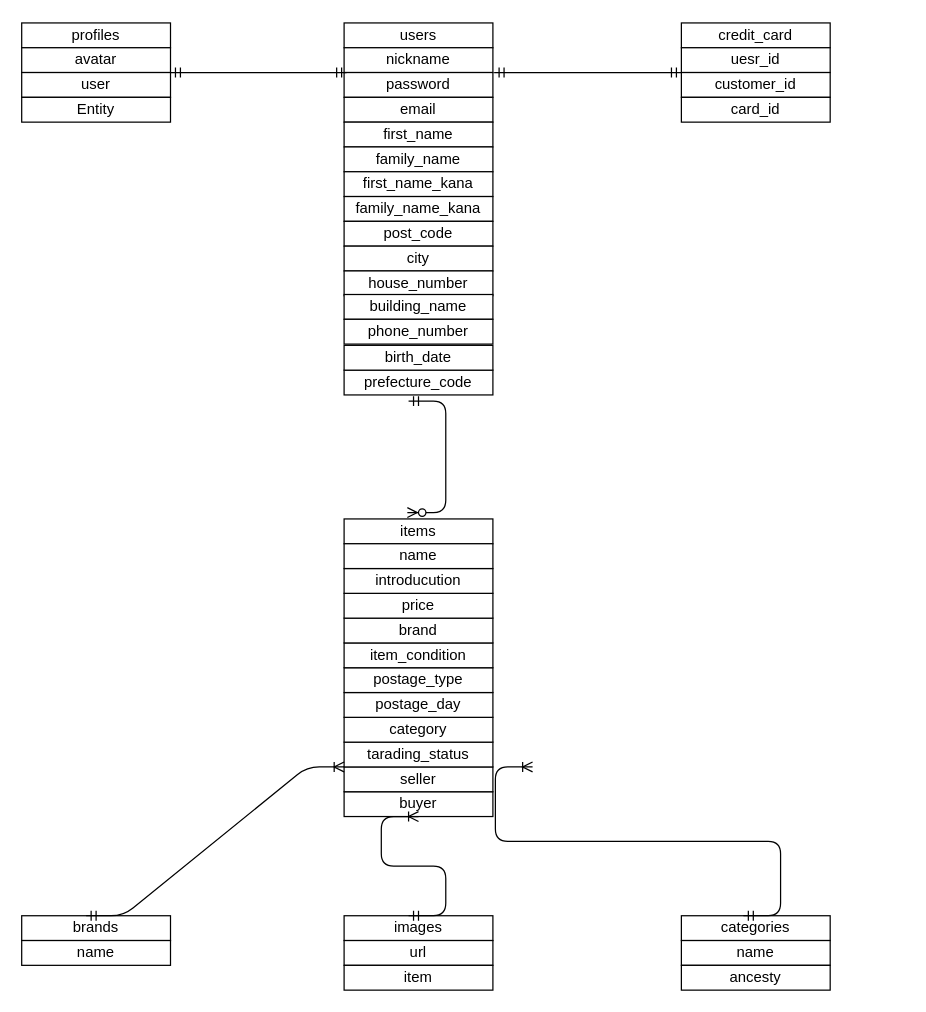
Above: er.dio in hlomochi1023/furima-36769 (draw.io), before the change. Source tidied: cells renumbered, new cells numbered last; positions are measured from the earlier drawing's top-left corner, leaving out a move shared by most shapes. Both pictures are drawn from the tidied source at 124%, with x=0, y=0 at pixel (21, 22).
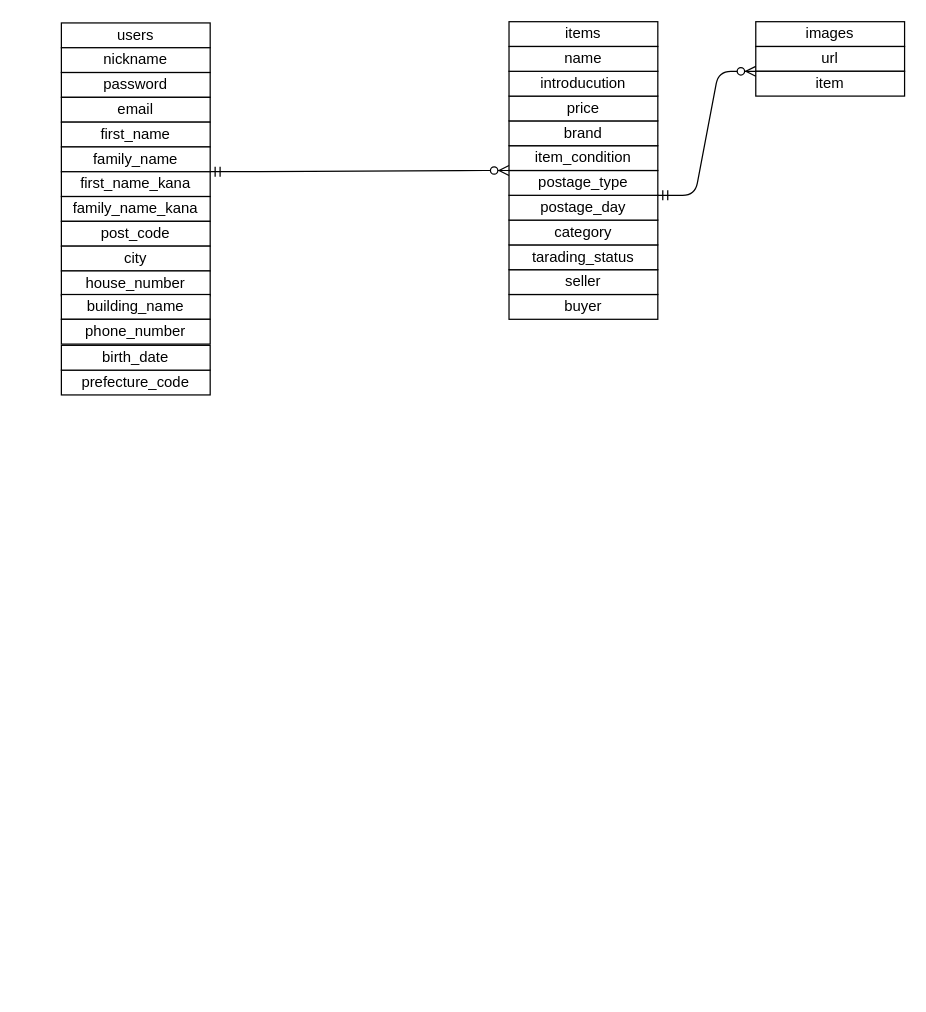
Above is the later version.

Change to the diagram source:
```diff
@@
-    <mxCell id="2" value="profiles" style="whiteSpace=wrap;html=1;align=center;" parent="1" vertex="1">
-      <mxGeometry width="120" height="20" as="geometry" />
-    </mxCell>
-    <mxCell id="3" style="edgeStyle=orthogonalEdgeStyle;rounded=0;orthogonalLoop=1;jettySize=auto;html=1;exitX=0.5;exitY=1;exitDx=0;exitDy=0;" parent="1" edge="1" source="2" target="2">
-      <mxGeometry relative="1" as="geometry" />
+    <mxCell id="3" style="edgeStyle=orthogonalEdgeStyle;rounded=0;orthogonalLoop=1;jettySize=auto;html=1;exitX=0.5;exitY=1;exitDx=0;exitDy=0;" parent="1" edge="1">
+      <mxGeometry relative="1" as="geometry">
+        <mxPoint x="60" y="20" as="sourcePoint" />
+        <mxPoint x="60" y="20" as="targetPoint" />
+      </mxGeometry>
     </mxCell>
-    <mxCell id="4" value="brands" style="whiteSpace=wrap;html=1;align=center;" parent="1" vertex="1">
-      <mxGeometry y="720" width="120" height="20" as="geometry" />
-    </mxCell>
-    <mxCell id="5" value="categories" style="whiteSpace=wrap;html=1;align=center;" parent="1" vertex="1">
-      <mxGeometry x="532" y="720" width="120" height="20" as="geometry" />
-    </mxCell>
     <mxCell id="6" value="items" style="whiteSpace=wrap;html=1;align=center;" parent="1" vertex="1">
-      <mxGeometry x="260" y="400" width="120" height="20" as="geometry" />
+      <mxGeometry x="393" y="-1" width="120" height="20" as="geometry" />
     </mxCell>
     <mxCell id="7" value="prefecture_code" style="whiteSpace=wrap;html=1;align=center;" parent="1" vertex="1">
-      <mxGeometry x="260" y="280" width="120" height="20" as="geometry" />
+      <mxGeometry x="32" y="280" width="120" height="20" as="geometry" />
     </mxCell>
-    <mxCell id="8" value="credit_card" style="whiteSpace=wrap;html=1;align=center;" parent="1" vertex="1">
-      <mxGeometry x="532" width="120" height="20" as="geometry" />
-    </mxCell>
     <mxCell id="9" value="users" style="whiteSpace=wrap;html=1;align=center;" parent="1" vertex="1">
-      <mxGeometry x="260" width="120" height="20" as="geometry" />
+      <mxGeometry x="32" width="120" height="20" as="geometry" />
     </mxCell>
     <mxCell id="10" value="nickname" style="whiteSpace=wrap;html=1;align=center;" parent="1" vertex="1">
-      <mxGeometry x="260" y="20" width="120" height="20" as="geometry" />
+      <mxGeometry x="32" y="20" width="120" height="20" as="geometry" />
     </mxCell>
     <mxCell id="11" value="password" style="whiteSpace=wrap;html=1;align=center;" parent="1" vertex="1">
-      <mxGeometry x="260" y="40" width="120" height="20" as="geometry" />
+      <mxGeometry x="32" y="40" width="120" height="20" as="geometry" />
     </mxCell>
     <mxCell id="12" value="email" style="whiteSpace=wrap;html=1;align=center;" parent="1" vertex="1">
-      <mxGeometry x="260" y="60" width="120" height="20" as="geometry" />
+      <mxGeometry x="32" y="60" width="120" height="20" as="geometry" />
     </mxCell>
     <mxCell id="13" value="first_name" style="whiteSpace=wrap;html=1;align=center;" parent="1" vertex="1">
-      <mxGeometry x="260" y="80" width="120" height="20" as="geometry" />
+      <mxGeometry x="32" y="80" width="120" height="20" as="geometry" />
     </mxCell>
     <mxCell id="14" value="family_name" style="whiteSpace=wrap;html=1;align=center;" parent="1" vertex="1">
-      <mxGeometry x="260" y="100" width="120" height="20" as="geometry" />
+      <mxGeometry x="32" y="100" width="120" height="20" as="geometry" />
     </mxCell>
     <mxCell id="15" value="first_name_kana" style="whiteSpace=wrap;html=1;align=center;" parent="1" vertex="1">
-      <mxGeometry x="260" y="120" width="120" height="20" as="geometry" />
+      <mxGeometry x="32" y="120" width="120" height="20" as="geometry" />
     </mxCell>
     <mxCell id="16" value="family_name_kana" style="whiteSpace=wrap;html=1;align=center;" parent="1" vertex="1">
-      <mxGeometry x="260" y="140" width="120" height="20" as="geometry" />
+      <mxGeometry x="32" y="140" width="120" height="20" as="geometry" />
     </mxCell>
     <mxCell id="17" value="post_code" style="whiteSpace=wrap;html=1;align=center;" parent="1" vertex="1">
-      <mxGeometry x="260" y="160" width="120" height="20" as="geometry" />
+      <mxGeometry x="32" y="160" width="120" height="20" as="geometry" />
     </mxCell>
     <mxCell id="18" value="city" style="whiteSpace=wrap;html=1;align=center;" parent="1" vertex="1">
-      <mxGeometry x="260" y="180" width="120" height="20" as="geometry" />
+      <mxGeometry x="32" y="180" width="120" height="20" as="geometry" />
     </mxCell>
     <mxCell id="19" value="house_number" style="whiteSpace=wrap;html=1;align=center;" parent="1" vertex="1">
-      <mxGeometry x="260" y="200" width="120" height="20" as="geometry" />
+      <mxGeometry x="32" y="200" width="120" height="20" as="geometry" />
     </mxCell>
     <mxCell id="20" value="building_name" style="whiteSpace=wrap;html=1;align=center;" parent="1" vertex="1">
-      <mxGeometry x="260" y="219" width="120" height="20" as="geometry" />
+      <mxGeometry x="32" y="219" width="120" height="20" as="geometry" />
     </mxCell>
     <mxCell id="21" value="phone_number" style="whiteSpace=wrap;html=1;align=center;" parent="1" vertex="1">
-      <mxGeometry x="260" y="239" width="120" height="20" as="geometry" />
+      <mxGeometry x="32" y="239" width="120" height="20" as="geometry" />
     </mxCell>
     <mxCell id="22" value="birth_date" style="whiteSpace=wrap;html=1;align=center;" parent="1" vertex="1">
-      <mxGeometry x="260" y="260" width="120" height="20" as="geometry" />
+      <mxGeometry x="32" y="260" width="120" height="20" as="geometry" />
     </mxCell>
-    <mxCell id="23" value="avatar" style="whiteSpace=wrap;html=1;align=center;" parent="1" vertex="1">
-      <mxGeometry y="20" width="120" height="20" as="geometry" />
-    </mxCell>
-    <mxCell id="24" value="user" style="whiteSpace=wrap;html=1;align=center;" parent="1" vertex="1">
-      <mxGeometry y="40" width="120" height="20" as="geometry" />
-    </mxCell>
-    <mxCell id="25" value="Entity" style="whiteSpace=wrap;html=1;align=center;" parent="1" vertex="1">
-      <mxGeometry y="60" width="120" height="20" as="geometry" />
-    </mxCell>
-    <mxCell id="26" value="uesr_id" style="whiteSpace=wrap;html=1;align=center;" parent="1" vertex="1">
-      <mxGeometry x="532" y="20" width="120" height="20" as="geometry" />
-    </mxCell>
-    <mxCell id="27" value="customer_id" style="whiteSpace=wrap;html=1;align=center;" parent="1" vertex="1">
-      <mxGeometry x="532" y="40" width="120" height="20" as="geometry" />
-    </mxCell>
-    <mxCell id="28" value="card_id" style="whiteSpace=wrap;html=1;align=center;" parent="1" vertex="1">
-      <mxGeometry x="532" y="60" width="120" height="20" as="geometry" />
-    </mxCell>
     <mxCell id="29" value="buyer" style="whiteSpace=wrap;html=1;align=center;" parent="1" vertex="1">
-      <mxGeometry x="260" y="620" width="120" height="20" as="geometry" />
+      <mxGeometry x="393" y="219" width="120" height="20" as="geometry" />
     </mxCell>
     <mxCell id="30" value="seller" style="whiteSpace=wrap;html=1;align=center;" parent="1" vertex="1">
-      <mxGeometry x="260" y="600" width="120" height="20" as="geometry" />
+      <mxGeometry x="393" y="199" width="120" height="20" as="geometry" />
     </mxCell>
     <mxCell id="31" value="tarading_status" style="whiteSpace=wrap;html=1;align=center;" parent="1" vertex="1">
-      <mxGeometry x="260" y="580" width="120" height="20" as="geometry" />
+      <mxGeometry x="393" y="179" width="120" height="20" as="geometry" />
     </mxCell>
     <mxCell id="32" value="category" style="whiteSpace=wrap;html=1;align=center;" parent="1" vertex="1">
-      <mxGeometry x="260" y="560" width="120" height="20" as="geometry" />
+      <mxGeometry x="393" y="159" width="120" height="20" as="geometry" />
     </mxCell>
     <mxCell id="33" value="postage_day" style="whiteSpace=wrap;html=1;align=center;" parent="1" vertex="1">
-      <mxGeometry x="260" y="540" width="120" height="20" as="geometry" />
+      <mxGeometry x="393" y="139" width="120" height="20" as="geometry" />
     </mxCell>
     <mxCell id="34" value="postage_type" style="whiteSpace=wrap;html=1;align=center;" parent="1" vertex="1">
-      <mxGeometry x="260" y="520" width="120" height="20" as="geometry" />
+      <mxGeometry x="393" y="119" width="120" height="20" as="geometry" />
     </mxCell>
     <mxCell id="35" value="item_condition" style="whiteSpace=wrap;html=1;align=center;" parent="1" vertex="1">
-      <mxGeometry x="260" y="500" width="120" height="20" as="geometry" />
+      <mxGeometry x="393" y="99" width="120" height="20" as="geometry" />
     </mxCell>
     <mxCell id="36" value="brand" style="whiteSpace=wrap;html=1;align=center;" parent="1" vertex="1">
-      <mxGeometry x="260" y="480" width="120" height="20" as="geometry" />
+      <mxGeometry x="393" y="79" width="120" height="20" as="geometry" />
     </mxCell>
     <mxCell id="37" value="price" style="whiteSpace=wrap;html=1;align=center;" parent="1" vertex="1">
-      <mxGeometry x="260" y="460" width="120" height="20" as="geometry" />
+      <mxGeometry x="393" y="59" width="120" height="20" as="geometry" />
     </mxCell>
     <mxCell id="38" value="introducution" style="whiteSpace=wrap;html=1;align=center;" parent="1" vertex="1">
-      <mxGeometry x="260" y="440" width="120" height="20" as="geometry" />
+      <mxGeometry x="393" y="39" width="120" height="20" as="geometry" />
     </mxCell>
     <mxCell id="39" value="name" style="whiteSpace=wrap;html=1;align=center;" parent="1" vertex="1">
-      <mxGeometry x="260" y="420" width="120" height="20" as="geometry" />
+      <mxGeometry x="393" y="19" width="120" height="20" as="geometry" />
     </mxCell>
-    <mxCell id="40" value="name" style="whiteSpace=wrap;html=1;align=center;" parent="1" vertex="1">
-      <mxGeometry x="532" y="740" width="120" height="20" as="geometry" />
-    </mxCell>
-    <mxCell id="41" value="ancesty" style="whiteSpace=wrap;html=1;align=center;" parent="1" vertex="1">
-      <mxGeometry x="532" y="760" width="120" height="20" as="geometry" />
-    </mxCell>
     <mxCell id="42" value="images" style="whiteSpace=wrap;html=1;align=center;" parent="1" vertex="1">
-      <mxGeometry x="260" y="720" width="120" height="20" as="geometry" />
+      <mxGeometry x="592" y="-1" width="120" height="20" as="geometry" />
     </mxCell>
     <mxCell id="43" value="url" style="whiteSpace=wrap;html=1;align=center;" parent="1" vertex="1">
-      <mxGeometry x="260" y="740" width="120" height="20" as="geometry" />
+      <mxGeometry x="592" y="19" width="120" height="20" as="geometry" />
     </mxCell>
     <mxCell id="44" value="item" style="whiteSpace=wrap;html=1;align=center;" parent="1" vertex="1">
-      <mxGeometry x="260" y="760" width="120" height="20" as="geometry" />
+      <mxGeometry x="592" y="39" width="120" height="20" as="geometry" />
     </mxCell>
-    <mxCell id="45" value="name" style="whiteSpace=wrap;html=1;align=center;" parent="1" vertex="1">
-      <mxGeometry y="740" width="120" height="20" as="geometry" />
-    </mxCell>
-    <mxCell id="46" style="edgeStyle=entityRelationEdgeStyle;fontSize=12;html=1;endArrow=ERmandOne;startArrow=ERmandOne;" parent="1" edge="1">
-      <mxGeometry relative="1" as="geometry">
-        <mxPoint x="120" y="40" as="sourcePoint" />
-        <mxPoint x="262" y="40" as="targetPoint" />
-      </mxGeometry>
-    </mxCell>
-    <mxCell id="47" style="edgeStyle=entityRelationEdgeStyle;fontSize=12;html=1;endArrow=ERmandOne;startArrow=ERmandOne;entryX=0;entryY=0;entryDx=0;entryDy=0;" parent="1" edge="1" target="27">
-      <mxGeometry relative="1" as="geometry">
-        <mxPoint x="381" y="40" as="sourcePoint" />
-      </mxGeometry>
-    </mxCell>
-    <mxCell id="48" style="edgeStyle=entityRelationEdgeStyle;fontSize=12;html=1;endArrow=ERzeroToMany;startArrow=ERmandOne;entryX=0.425;entryY=-0.256;entryDx=0;entryDy=0;entryPerimeter=0;" parent="1" edge="1" target="6">
-      <mxGeometry relative="1" as="geometry">
-        <mxPoint x="312" y="305" as="sourcePoint" />
-      </mxGeometry>
-    </mxCell>
-    <mxCell id="49" style="edgeStyle=entityRelationEdgeStyle;fontSize=12;html=1;endArrow=ERoneToMany;startArrow=ERmandOne;entryX=0.5;entryY=1;entryDx=0;entryDy=0;" parent="1" edge="1" target="29">
-      <mxGeometry relative="1" as="geometry">
-        <mxPoint x="312" y="720" as="sourcePoint" />
-      </mxGeometry>
-    </mxCell>
-    <mxCell id="50" style="edgeStyle=entityRelationEdgeStyle;fontSize=12;html=1;endArrow=ERoneToMany;startArrow=ERmandOne;entryX=0;entryY=1;entryDx=0;entryDy=0;" parent="1" edge="1" target="31">
-      <mxGeometry relative="1" as="geometry">
-        <mxPoint x="52" y="720" as="sourcePoint" />
-      </mxGeometry>
-    </mxCell>
-    <mxCell id="51" style="edgeStyle=entityRelationEdgeStyle;fontSize=12;html=1;endArrow=ERoneToMany;startArrow=ERmandOne;" parent="1" edge="1">
-      <mxGeometry relative="1" as="geometry">
-        <mxPoint x="582" y="720" as="sourcePoint" />
-        <mxPoint x="412" y="600" as="targetPoint" />
-      </mxGeometry>
-    </mxCell>
+    <mxCell id="52" style="edgeStyle=entityRelationEdgeStyle;fontSize=12;html=1;endArrow=ERzeroToMany;startArrow=ERmandOne;" parent="1" edge="1">
+      <mxGeometry relative="1" as="geometry">
+        <mxPoint x="513" y="139" as="sourcePoint" />
+        <mxPoint x="592" y="39" as="targetPoint" />
+      </mxGeometry>
+    </mxCell>
+    <mxCell id="53" style="edgeStyle=entityRelationEdgeStyle;fontSize=12;html=1;endArrow=ERzeroToMany;startArrow=ERmandOne;exitX=1;exitY=1;exitDx=0;exitDy=0;entryX=0;entryY=1;entryDx=0;entryDy=0;" parent="1" edge="1" source="14" target="35">
+      <mxGeometry relative="1" as="geometry" />
+    </mxCell>
```
